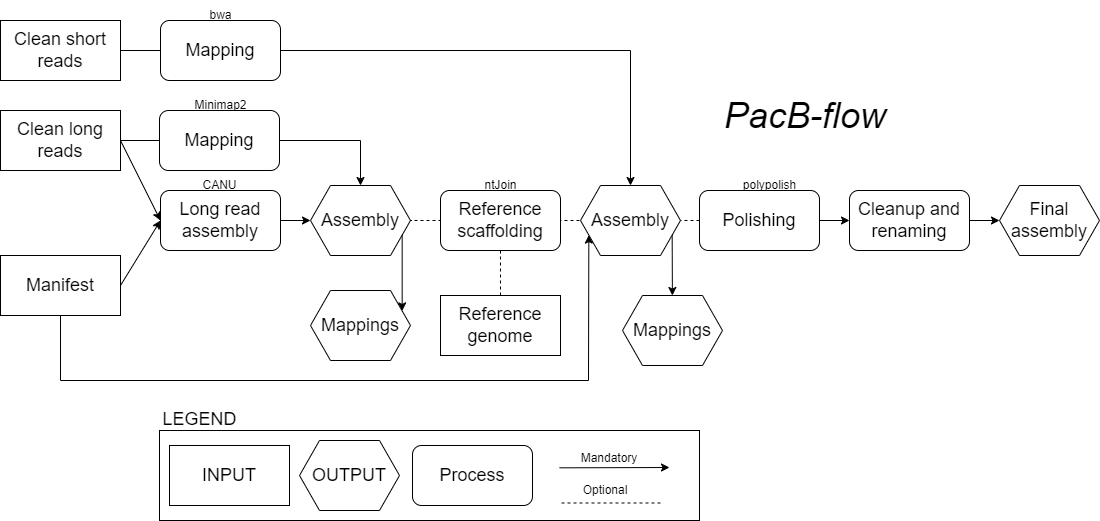
Above: img/Nf-pacbflow.png in KristinaGagalova/PacB-flow (draw.io), before the change. Source tidied: cells renumbered, new cells last; positions are measured from the earlier drawing's top-left corner, leaving out a move shared by most shapes.
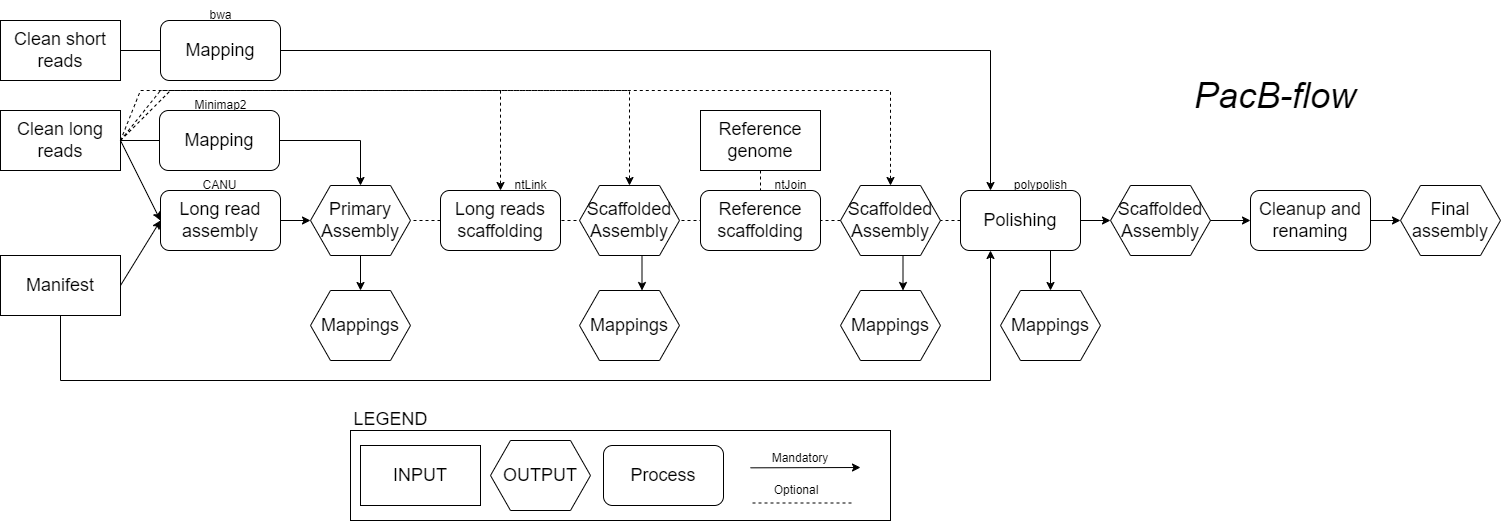
After the commit.

What changed in the source:
```diff
@@ -3,9 +3,9 @@
     <mxCell id="0" />
     <mxCell id="1" parent="0" />
     <mxCell id="2" style="rounded=0;whiteSpace=wrap;html=1;" parent="1" vertex="1">
-      <mxGeometry x="159" y="430" width="540" height="90" as="geometry" />
+      <mxGeometry x="350" y="430" width="540" height="90" as="geometry" />
     </mxCell>
-    <mxCell id="3" style="endArrow=none;dashed=1;html=1;rounded=0;entryX=1;entryY=0.5;entryDx=0;entryDy=0;exitX=0;exitY=0.5;exitDx=0;exitDy=0;" parent="1" edge="1" source="18" target="10">
+    <mxCell id="3" style="endArrow=none;dashed=1;html=1;rounded=0;entryX=1;entryY=0.5;entryDx=0;entryDy=0;exitX=0;exitY=0.5;exitDx=0;exitDy=0;" parent="1" edge="1" source="50" target="10">
       <mxGeometry relative="1" as="geometry" />
     </mxCell>
     <mxCell id="4" value="&lt;font style=&quot;font-size: 18px;&quot;&gt;Clean long reads&lt;/font&gt;" style="rounded=0;whiteSpace=wrap;html=1;" parent="1" vertex="1">
@@ -20,13 +20,10 @@
     <mxCell id="7" value="&lt;font style=&quot;font-size: 18px;&quot;&gt;Manifest&lt;/font&gt;" style="rounded=0;whiteSpace=wrap;html=1;" parent="1" vertex="1">
       <mxGeometry y="255" width="120" height="60" as="geometry" />
     </mxCell>
-    <mxCell id="8" value="&lt;font style=&quot;font-size: 18px;&quot;&gt;Reference scaffolding&lt;/font&gt;" style="rounded=1;whiteSpace=wrap;html=1;" parent="1" vertex="1">
-      <mxGeometry x="440" y="190" width="120" height="60" as="geometry" />
-    </mxCell>
     <mxCell id="9" value="ntJoin" style="text;html=1;align=center;verticalAlign=middle;strokeColor=none;fillColor=none;" parent="1" vertex="1">
-      <mxGeometry x="470" y="170" width="60" height="30" as="geometry" />
+      <mxGeometry x="760" y="170" width="60" height="30" as="geometry" />
     </mxCell>
-    <mxCell id="10" value="&lt;font style=&quot;font-size: 18px;&quot;&gt;Assembly&lt;/font&gt;" style="shape=hexagon;perimeter=hexagonPerimeter2;whiteSpace=wrap;html=1;fixedSize=1;" parent="1" vertex="1">
+    <mxCell id="10" value="&lt;div&gt;&lt;font style=&quot;font-size: 18px;&quot;&gt;Primary&lt;/font&gt;&lt;/div&gt;&lt;font style=&quot;font-size: 18px;&quot;&gt;Assembly&lt;/font&gt;" style="shape=hexagon;perimeter=hexagonPerimeter2;whiteSpace=wrap;html=1;fixedSize=1;" parent="1" vertex="1">
       <mxGeometry x="310" y="185" width="100" height="70" as="geometry" />
     </mxCell>
     <mxCell id="11" style="endArrow=classic;html=1;rounded=0;exitX=1;exitY=0.5;exitDx=0;exitDy=0;entryX=0.5;entryY=0;entryDx=0;entryDy=0;" parent="1" edge="1" source="4" target="10">
@@ -45,17 +42,17 @@
     <mxCell id="14" style="endArrow=classic;html=1;rounded=0;exitX=1;exitY=0.5;exitDx=0;exitDy=0;entryX=0;entryY=0.5;entryDx=0;entryDy=0;" parent="1" edge="1" source="5" target="10">
       <mxGeometry relative="1" as="geometry" />
     </mxCell>
-    <mxCell id="15" style="endArrow=classic;html=1;rounded=0;exitX=1;exitY=0.75;exitDx=0;exitDy=0;entryX=1;entryY=0.25;entryDx=0;entryDy=0;" parent="1" edge="1" source="10" target="16">
+    <mxCell id="15" style="endArrow=classic;html=1;rounded=0;exitX=0.5;exitY=1;exitDx=0;exitDy=0;entryX=0.5;entryY=0;entryDx=0;entryDy=0;" parent="1" edge="1" source="10" target="16">
       <mxGeometry relative="1" as="geometry" />
     </mxCell>
     <mxCell id="16" value="&lt;span style=&quot;font-size: 18px;&quot;&gt;Mappings&lt;/span&gt;" style="shape=hexagon;perimeter=hexagonPerimeter2;whiteSpace=wrap;html=1;fixedSize=1;" parent="1" vertex="1">
       <mxGeometry x="310" y="290" width="100" height="70" as="geometry" />
     </mxCell>
     <mxCell id="17" value="&lt;font style=&quot;font-size: 18px;&quot;&gt;Reference genome&lt;/font&gt;" style="rounded=0;whiteSpace=wrap;html=1;" parent="1" vertex="1">
-      <mxGeometry x="440" y="295" width="120" height="60" as="geometry" />
+      <mxGeometry x="700" y="110" width="120" height="60" as="geometry" />
     </mxCell>
     <mxCell id="18" value="&lt;font style=&quot;font-size: 18px;&quot;&gt;Polishing&lt;/font&gt;" style="rounded=1;whiteSpace=wrap;html=1;" parent="1" vertex="1">
-      <mxGeometry x="699" y="190" width="120" height="60" as="geometry" />
+      <mxGeometry x="960" y="190" width="120" height="60" as="geometry" />
     </mxCell>
     <mxCell id="19" value="&lt;font style=&quot;font-size: 18px;&quot;&gt;Clean short reads&lt;/font&gt;" style="rounded=0;whiteSpace=wrap;html=1;" parent="1" vertex="1">
       <mxGeometry y="20" width="120" height="60" as="geometry" />
@@ -68,25 +65,25 @@
         <mxPoint x="160" y="220" as="targetPoint" />
       </mxGeometry>
     </mxCell>
-    <mxCell id="22" style="endArrow=classic;html=1;rounded=0;exitX=1;exitY=0.5;exitDx=0;exitDy=0;" parent="1" edge="1" source="19" target="43">
+    <mxCell id="22" style="endArrow=classic;html=1;rounded=0;exitX=1;exitY=0.5;exitDx=0;exitDy=0;entryX=0.25;entryY=0;entryDx=0;entryDy=0;" parent="1" edge="1" source="19" target="18">
       <mxGeometry relative="1" as="geometry">
         <Array as="points">
-          <mxPoint x="630" y="50" />
+          <mxPoint x="990" y="50" />
         </Array>
       </mxGeometry>
     </mxCell>
-    <mxCell id="23" style="endArrow=classic;html=1;rounded=0;exitX=0.5;exitY=1;exitDx=0;exitDy=0;entryX=0;entryY=0.75;entryDx=0;entryDy=0;" parent="1" edge="1" source="7" target="43">
+    <mxCell id="23" style="endArrow=classic;html=1;rounded=0;exitX=0.5;exitY=1;exitDx=0;exitDy=0;entryX=0.25;entryY=1;entryDx=0;entryDy=0;" parent="1" edge="1" source="7" target="18">
       <mxGeometry relative="1" as="geometry">
         <Array as="points">
           <mxPoint x="60" y="380" />
-          <mxPoint x="588" y="380" />
+          <mxPoint x="990" y="380" />
         </Array>
       </mxGeometry>
     </mxCell>
     <mxCell id="24" value="&lt;font style=&quot;font-size: 18px;&quot;&gt;Cleanup and renaming&lt;/font&gt;" style="rounded=1;whiteSpace=wrap;html=1;" parent="1" vertex="1">
-      <mxGeometry x="849" y="190" width="120" height="60" as="geometry" />
+      <mxGeometry x="1250" y="190" width="120" height="60" as="geometry" />
     </mxCell>
-    <mxCell id="25" style="endArrow=classic;html=1;rounded=0;exitX=1;exitY=0.5;exitDx=0;exitDy=0;entryX=0;entryY=0.5;entryDx=0;entryDy=0;" parent="1" edge="1" source="18" target="24">
+    <mxCell id="25" style="endArrow=classic;html=1;rounded=0;exitX=1;exitY=0.5;exitDx=0;exitDy=0;entryX=0;entryY=0.5;entryDx=0;entryDy=0;" parent="1" edge="1" source="18" target="54">
       <mxGeometry relative="1" as="geometry" />
     </mxCell>
     <mxCell id="26" value="&lt;font style=&quot;font-size: 18px;&quot;&gt;Mapping&lt;/font&gt;" style="rounded=1;whiteSpace=wrap;html=1;" parent="1" vertex="1">
@@ -96,58 +93,115 @@
       <mxGeometry x="195" width="50" height="30" as="geometry" />
     </mxCell>
     <mxCell id="28" value="&lt;span style=&quot;font-size: 18px;&quot;&gt;Mappings&lt;/span&gt;" style="shape=hexagon;perimeter=hexagonPerimeter2;whiteSpace=wrap;html=1;fixedSize=1;" parent="1" vertex="1">
-      <mxGeometry x="622" y="295" width="100" height="70" as="geometry" />
+      <mxGeometry x="1000" y="290" width="100" height="70" as="geometry" />
     </mxCell>
-    <mxCell id="29" style="endArrow=classic;html=1;rounded=0;exitX=1;exitY=0.75;exitDx=0;exitDy=0;" parent="1" edge="1" source="43" target="28">
+    <mxCell id="29" style="endArrow=classic;html=1;rounded=0;exitX=0.75;exitY=1;exitDx=0;exitDy=0;" parent="1" edge="1" source="18" target="28">
       <mxGeometry relative="1" as="geometry" />
     </mxCell>
     <mxCell id="30" value="polypolish" style="text;html=1;align=center;verticalAlign=middle;strokeColor=none;fillColor=none;" parent="1" vertex="1">
-      <mxGeometry x="729" y="170" width="80" height="30" as="geometry" />
+      <mxGeometry x="1000" y="170" width="80" height="30" as="geometry" />
     </mxCell>
     <mxCell id="31" value="&lt;font style=&quot;font-size: 18px;&quot;&gt;Final assembly&lt;/font&gt;" style="shape=hexagon;perimeter=hexagonPerimeter2;whiteSpace=wrap;html=1;fixedSize=1;" parent="1" vertex="1">
-      <mxGeometry x="999" y="185" width="100" height="70" as="geometry" />
+      <mxGeometry x="1400" y="185" width="100" height="70" as="geometry" />
     </mxCell>
     <mxCell id="32" style="endArrow=classic;html=1;rounded=0;exitX=1;exitY=0.5;exitDx=0;exitDy=0;entryX=0;entryY=0.5;entryDx=0;entryDy=0;" parent="1" edge="1" source="24" target="31">
       <mxGeometry relative="1" as="geometry" />
     </mxCell>
     <mxCell id="33" value="&lt;span style=&quot;font-size: 18px;&quot;&gt;OUTPUT&lt;/span&gt;" style="shape=hexagon;perimeter=hexagonPerimeter2;whiteSpace=wrap;html=1;fixedSize=1;" parent="1" vertex="1">
-      <mxGeometry x="299" y="440" width="100" height="70" as="geometry" />
+      <mxGeometry x="490" y="440" width="100" height="70" as="geometry" />
     </mxCell>
     <mxCell id="34" value="&lt;font style=&quot;font-size: 18px;&quot;&gt;Process&lt;/font&gt;" style="rounded=1;whiteSpace=wrap;html=1;" parent="1" vertex="1">
-      <mxGeometry x="412" y="445" width="120" height="60" as="geometry" />
+      <mxGeometry x="603" y="445" width="120" height="60" as="geometry" />
     </mxCell>
     <mxCell id="35" value="&lt;font style=&quot;font-size: 18px;&quot;&gt;INPUT&lt;/font&gt;" style="rounded=0;whiteSpace=wrap;html=1;" parent="1" vertex="1">
-      <mxGeometry x="169" y="445" width="120" height="60" as="geometry" />
+      <mxGeometry x="360" y="445" width="120" height="60" as="geometry" />
     </mxCell>
     <mxCell id="36" style="endArrow=none;dashed=1;html=1;rounded=0;entryX=1;entryY=0.5;entryDx=0;entryDy=0;" parent="1" edge="1">
       <mxGeometry relative="1" as="geometry">
-        <mxPoint x="660" y="502.5" as="sourcePoint" />
-        <mxPoint x="560" y="502.5" as="targetPoint" />
+        <mxPoint x="851" y="502.5" as="sourcePoint" />
+        <mxPoint x="751" y="502.5" as="targetPoint" />
       </mxGeometry>
     </mxCell>
     <mxCell id="37" style="endArrow=classic;html=1;rounded=0;" parent="1" edge="1">
       <mxGeometry relative="1" as="geometry">
-        <mxPoint x="559" y="467.3" as="sourcePoint" />
-        <mxPoint x="669" y="467" as="targetPoint" />
+        <mxPoint x="750" y="467.3" as="sourcePoint" />
+        <mxPoint x="860" y="467" as="targetPoint" />
       </mxGeometry>
     </mxCell>
     <mxCell id="38" value="Optional" style="text;html=1;align=center;verticalAlign=middle;whiteSpace=wrap;rounded=0;" parent="1" vertex="1">
-      <mxGeometry x="575" y="475" width="60" height="30" as="geometry" />
+      <mxGeometry x="766" y="475" width="60" height="30" as="geometry" />
     </mxCell>
     <mxCell id="39" value="Mandatory" style="text;html=1;align=center;verticalAlign=middle;whiteSpace=wrap;rounded=0;" parent="1" vertex="1">
-      <mxGeometry x="579" y="443" width="60" height="30" as="geometry" />
+      <mxGeometry x="770" y="443" width="60" height="30" as="geometry" />
     </mxCell>
     <mxCell id="40" value="&lt;font style=&quot;font-size: 18px;&quot;&gt;LEGEND&amp;nbsp;&lt;/font&gt;" style="text;html=1;align=center;verticalAlign=middle;whiteSpace=wrap;rounded=0;" parent="1" vertex="1">
-      <mxGeometry x="172" y="404" width="60" height="30" as="geometry" />
+      <mxGeometry x="363" y="404" width="60" height="30" as="geometry" />
     </mxCell>
-    <mxCell id="41" style="endArrow=none;dashed=1;html=1;rounded=0;entryX=0.5;entryY=1;entryDx=0;entryDy=0;exitX=0.5;exitY=0;exitDx=0;exitDy=0;" parent="1" edge="1" source="17" target="8">
+    <mxCell id="41" style="endArrow=none;dashed=1;html=1;rounded=0;entryX=0.5;entryY=0;entryDx=0;entryDy=0;exitX=0.5;exitY=1;exitDx=0;exitDy=0;" parent="1" edge="1" source="17" target="8">
       <mxGeometry relative="1" as="geometry" />
     </mxCell>
     <mxCell id="42" value="&lt;font style=&quot;font-size: 36px;&quot;&gt;&lt;i&gt;PacB-flow&lt;/i&gt;&lt;/font&gt;" style="text;html=1;align=center;verticalAlign=middle;whiteSpace=wrap;rounded=0;" parent="1" vertex="1">
-      <mxGeometry x="720" y="100" width="170" height="30" as="geometry" />
+      <mxGeometry x="1190" y="80" width="170" height="30" as="geometry" />
     </mxCell>
-    <mxCell id="43" value="&lt;font style=&quot;font-size: 18px;&quot;&gt;Assembly&lt;/font&gt;" style="shape=hexagon;perimeter=hexagonPerimeter2;whiteSpace=wrap;html=1;fixedSize=1;" parent="1" vertex="1">
-      <mxGeometry x="580" y="185" width="100" height="70" as="geometry" />
-    </mxCell>
+    <mxCell id="44" style="endArrow=classic;html=1;rounded=0;exitX=1;exitY=0.5;exitDx=0;exitDy=0;entryX=0.5;entryY=0;entryDx=0;entryDy=0;dashed=1;" parent="1" edge="1" source="4" target="50">
+      <mxGeometry relative="1" as="geometry">
+        <Array as="points">
+          <mxPoint x="140" y="90" />
+          <mxPoint x="500" y="90" />
+        </Array>
+      </mxGeometry>
+    </mxCell>
+    <mxCell id="45" value="ntLink" style="text;html=1;align=center;verticalAlign=middle;strokeColor=none;fillColor=none;" parent="1" vertex="1">
+      <mxGeometry x="500" y="170" width="60" height="30" as="geometry" />
+    </mxCell>
+    <mxCell id="46" style="endArrow=classic;html=1;rounded=0;exitX=0.625;exitY=1;exitDx=0;exitDy=0;entryX=0.625;entryY=0;entryDx=0;entryDy=0;" parent="1" edge="1" source="51" target="47">
+      <mxGeometry relative="1" as="geometry" />
+    </mxCell>
+    <mxCell id="47" value="&lt;span style=&quot;font-size: 18px;&quot;&gt;Mappings&lt;/span&gt;" style="shape=hexagon;perimeter=hexagonPerimeter2;whiteSpace=wrap;html=1;fixedSize=1;" parent="1" vertex="1">
+      <mxGeometry x="579" y="290" width="100" height="70" as="geometry" />
+    </mxCell>
+    <mxCell id="48" style="endArrow=classic;html=1;rounded=0;exitX=0.625;exitY=1;exitDx=0;exitDy=0;entryX=0.625;entryY=0;entryDx=0;entryDy=0;" parent="1" edge="1" source="52" target="53">
+      <mxGeometry relative="1" as="geometry" />
+    </mxCell>
+    <mxCell id="49" style="endArrow=none;dashed=1;html=1;rounded=0;entryX=1;entryY=0.5;entryDx=0;entryDy=0;exitX=0;exitY=0.5;exitDx=0;exitDy=0;" parent="1" edge="1" source="18" target="50">
+      <mxGeometry relative="1" as="geometry" />
+    </mxCell>
+    <mxCell id="50" value="&lt;font style=&quot;font-size: 18px;&quot;&gt;Long reads scaffolding&lt;/font&gt;" style="rounded=1;whiteSpace=wrap;html=1;" parent="1" vertex="1">
+      <mxGeometry x="440" y="190" width="120" height="60" as="geometry" />
+    </mxCell>
+    <mxCell id="51" value="&lt;div&gt;&lt;font style=&quot;font-size: 18px;&quot;&gt;Scaffolded&lt;/font&gt;&lt;/div&gt;&lt;font style=&quot;font-size: 18px;&quot;&gt;Assembly&lt;/font&gt;" style="shape=hexagon;perimeter=hexagonPerimeter2;whiteSpace=wrap;html=1;fixedSize=1;" parent="1" vertex="1">
+      <mxGeometry x="579" y="185" width="100" height="70" as="geometry" />
+    </mxCell>
+    <mxCell id="52" value="&lt;div&gt;&lt;font style=&quot;font-size: 18px;&quot;&gt;Scaffolded&lt;/font&gt;&lt;/div&gt;&lt;font style=&quot;font-size: 18px;&quot;&gt;Assembly&lt;/font&gt;" style="shape=hexagon;perimeter=hexagonPerimeter2;whiteSpace=wrap;html=1;fixedSize=1;" parent="1" vertex="1">
+      <mxGeometry x="840" y="185" width="100" height="70" as="geometry" />
+    </mxCell>
+    <mxCell id="53" value="&lt;span style=&quot;font-size: 18px;&quot;&gt;Mappings&lt;/span&gt;" style="shape=hexagon;perimeter=hexagonPerimeter2;whiteSpace=wrap;html=1;fixedSize=1;" parent="1" vertex="1">
+      <mxGeometry x="840" y="290" width="100" height="70" as="geometry" />
+    </mxCell>
+    <mxCell id="8" value="&lt;font style=&quot;font-size: 18px;&quot;&gt;Reference scaffolding&lt;/font&gt;" style="rounded=1;whiteSpace=wrap;html=1;" parent="1" vertex="1">
+      <mxGeometry x="700" y="190" width="120" height="60" as="geometry" />
+    </mxCell>
+    <mxCell id="54" value="&lt;div&gt;&lt;font style=&quot;font-size: 18px;&quot;&gt;Scaffolded&lt;/font&gt;&lt;/div&gt;&lt;font style=&quot;font-size: 18px;&quot;&gt;Assembly&lt;/font&gt;" style="shape=hexagon;perimeter=hexagonPerimeter2;whiteSpace=wrap;html=1;fixedSize=1;" parent="1" vertex="1">
+      <mxGeometry x="1110" y="185" width="100" height="70" as="geometry" />
+    </mxCell>
+    <mxCell id="55" style="endArrow=classic;html=1;rounded=0;exitX=1;exitY=0.5;exitDx=0;exitDy=0;entryX=0;entryY=0.5;entryDx=0;entryDy=0;" parent="1" edge="1" source="54" target="24">
+      <mxGeometry relative="1" as="geometry" />
+    </mxCell>
+    <mxCell id="56" style="endArrow=classic;html=1;rounded=0;exitX=1;exitY=0.5;exitDx=0;exitDy=0;entryX=0.5;entryY=0;entryDx=0;entryDy=0;dashed=1;" parent="1" edge="1" source="4" target="51">
+      <mxGeometry relative="1" as="geometry">
+        <Array as="points">
+          <mxPoint x="160" y="90" />
+          <mxPoint x="629" y="90" />
+        </Array>
+      </mxGeometry>
+    </mxCell>
+    <mxCell id="57" style="endArrow=classic;html=1;rounded=0;exitX=1;exitY=0.5;exitDx=0;exitDy=0;entryX=0.5;entryY=0;entryDx=0;entryDy=0;dashed=1;" parent="1" edge="1" source="4" target="52">
+      <mxGeometry relative="1" as="geometry">
+        <Array as="points">
+          <mxPoint x="170" y="90" />
+          <mxPoint x="890" y="90" />
+        </Array>
+      </mxGeometry>
+    </mxCell>
   </root>
 </mxGraphModel>
```
